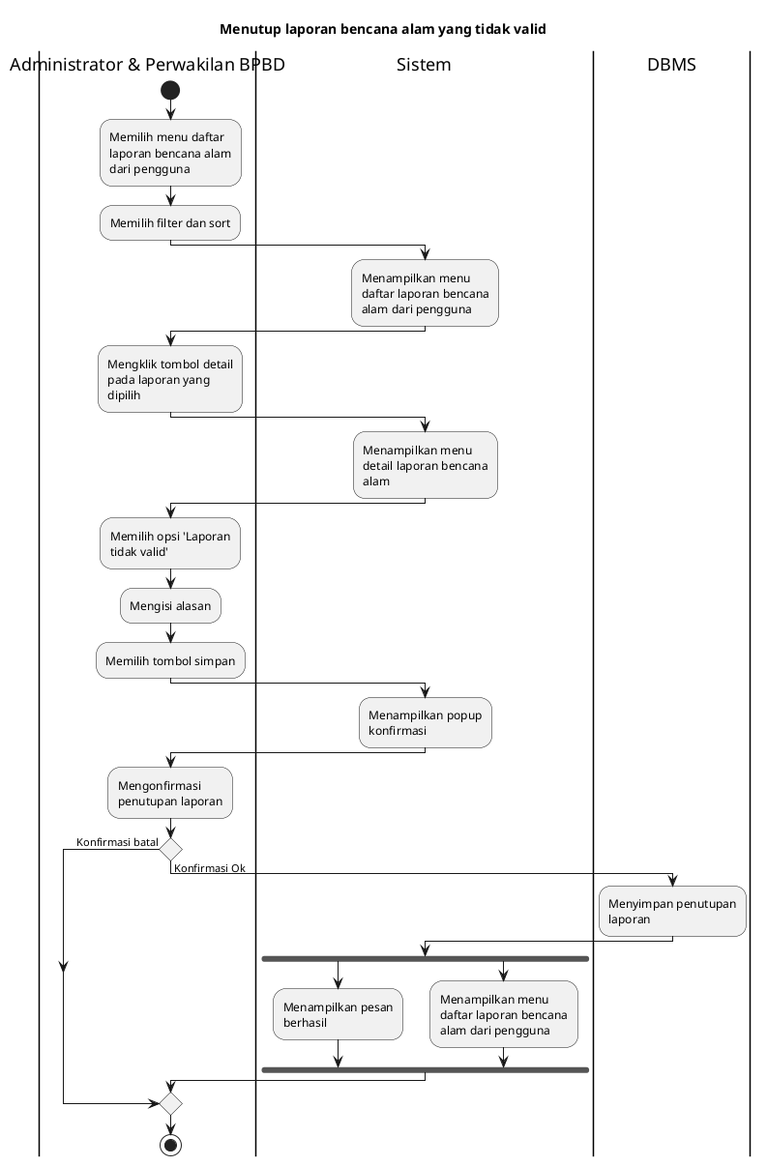
bagusNA/appl-diagrams keeps this PlantUML diagram as export/Activity Diagrams/UC-MGDISASTER - Manajemen Data Bencana/UC-MGDISASTER-004 - Menutup laporan bencana alam yang tidak valid.png. Above is the earlier version. Its diagram source:
```plantuml
@startuml
skinparam wrapWidth 140

title Menutup laporan bencana alam yang tidak valid

|Administrator & Perwakilan BPBD|
start
:Memilih menu daftar laporan bencana alam dari pengguna;
:Memilih filter dan sort;

|Sistem|
:Menampilkan menu daftar laporan bencana alam dari pengguna;

|Administrator & Perwakilan BPBD|
:Mengklik tombol detail pada laporan yang dipilih;

|Sistem|
:Menampilkan menu detail laporan bencana alam;

|Administrator & Perwakilan BPBD|
:Memilih opsi 'Laporan tidak valid';
:Mengisi alasan;
:Memilih tombol simpan;

|Sistem|
:Menampilkan popup konfirmasi;

|Administrator & Perwakilan BPBD|
:Mengonfirmasi penutupan laporan;

if () then (Konfirmasi batal)
else (Konfirmasi Ok)
  |DBMS|
  :Menyimpan penutupan laporan;

  |Sistem|
  fork
    :Menampilkan pesan berhasil;
  fork again
    :Menampilkan menu daftar laporan bencana alam dari pengguna;
  endfork
endif

|Administrator & Perwakilan BPBD|
stop
@enduml
```
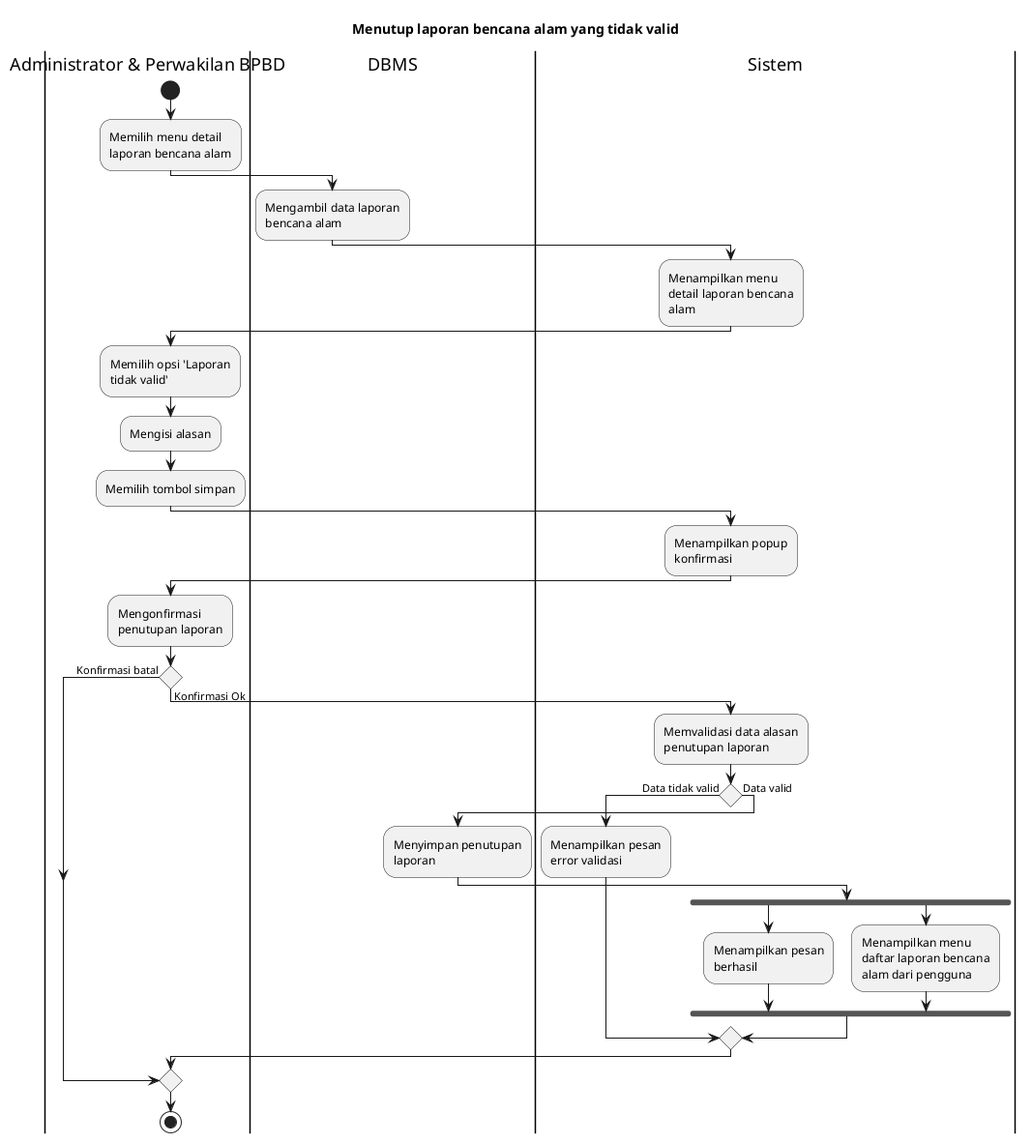
Later version of the same file.

Change to the diagram source:
```diff
@@ -5,14 +5,10 @@
 
 |Administrator & Perwakilan BPBD|
 start
-:Memilih menu daftar laporan bencana alam dari pengguna;
-:Memilih filter dan sort;
+:Memilih menu detail laporan bencana alam;
 
-|Sistem|
-:Menampilkan menu daftar laporan bencana alam dari pengguna;
-
-|Administrator & Perwakilan BPBD|
-:Mengklik tombol detail pada laporan yang dipilih;
+|DBMS|
+:Mengambil data laporan bencana alam;
 
 |Sistem|
 :Menampilkan menu detail laporan bencana alam;
@@ -30,15 +26,22 @@
 
 if () then (Konfirmasi batal)
 else (Konfirmasi Ok)
-  |DBMS|
-  :Menyimpan penutupan laporan;
+  |Sistem|
+  :Memvalidasi data alasan penutupan laporan;
 
-  |Sistem|
-  fork
-    :Menampilkan pesan berhasil;
-  fork again
-    :Menampilkan menu daftar laporan bencana alam dari pengguna;
-  endfork
+  if () then (Data tidak valid)
+    :Menampilkan pesan error validasi;
+  else (Data valid)
+    |DBMS|
+    :Menyimpan penutupan laporan;
+
+    |Sistem|
+    fork
+      :Menampilkan pesan berhasil;
+    fork again
+      :Menampilkan menu daftar laporan bencana alam dari pengguna;
+    endfork
+  endif
 endif
 
 |Administrator & Perwakilan BPBD|
```
